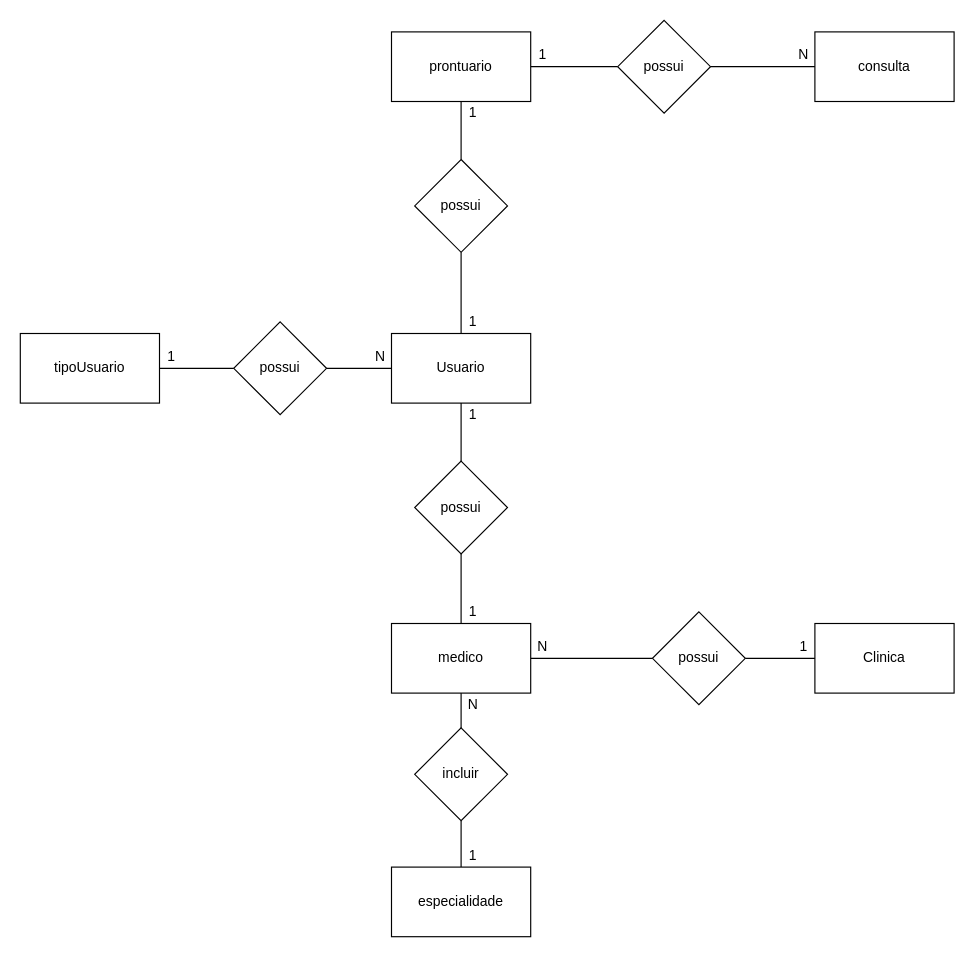
The draw.io diagram page "conceitual" (1 of 2) of sp med. group/modelagens/modelagem-sp-med-group.drawio in Pedro-B-Alves/senai_sprint1_bd, before the edit. Source tidied: cells renumbered, new cells numbered last; positions are measured from the earlier drawing's top-left corner, leaving out a move shared by most shapes. Both pictures are drawn from the tidied source at 116%, with x=0, y=0 at pixel (20, 20).
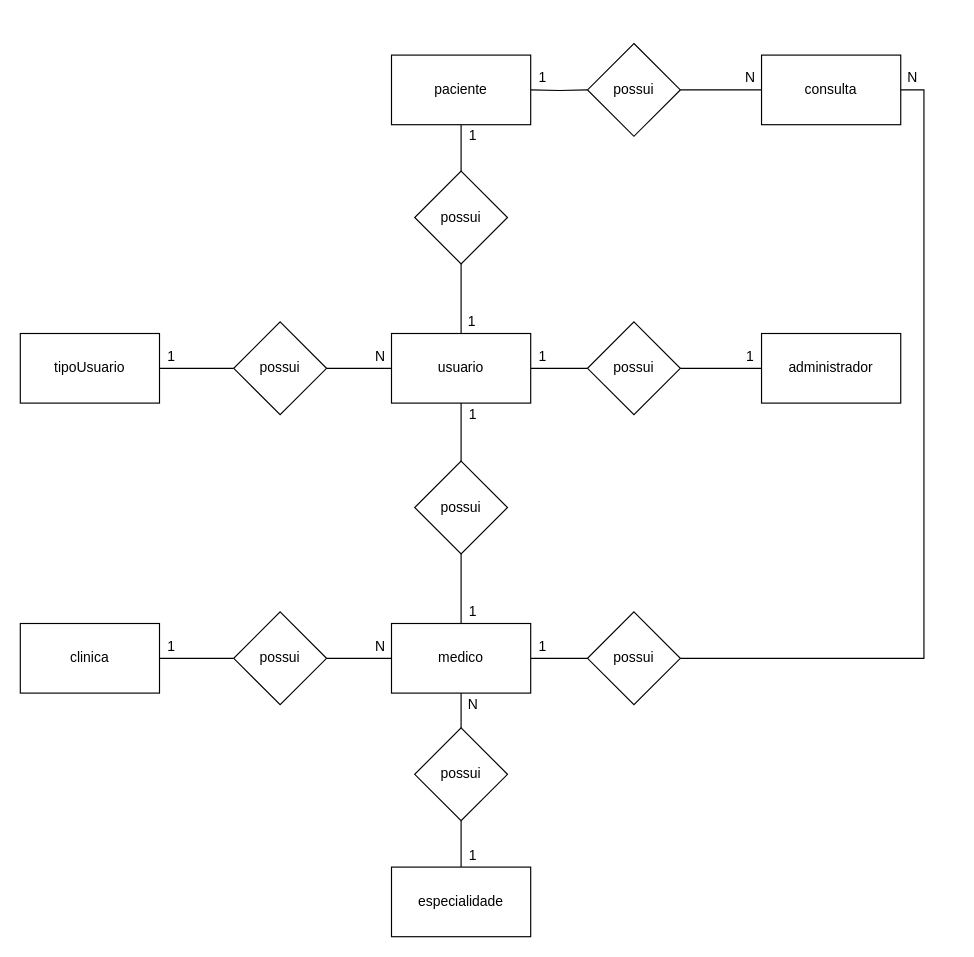
The same page after the edit.

The change refers to these unchanged cells:
```xml
<mxCell id="14" value="medico" style="rounded=0;whiteSpace=wrap;html=1;" parent="1" vertex="1">
  <mxGeometry x="320" y="520" width="120" height="60" as="geometry" />
</mxCell>
```

Diff of the diagram source:
```diff
@@
-    <mxCell id="2" style="edgeStyle=orthogonalEdgeStyle;rounded=0;jettySize=auto;html=1;exitX=1;exitY=0.5;exitDx=0;exitDy=0;entryX=0;entryY=0.5;entryDx=0;entryDy=0;endArrow=none;endFill=0;" parent="1" edge="1" source="3" target="36">
-      <mxGeometry relative="1" as="geometry" />
+    <mxCell id="2" style="edgeStyle=orthogonalEdgeStyle;rounded=0;jettySize=auto;html=1;exitX=1;exitY=0.5;exitDx=0;exitDy=0;entryX=0;entryY=0.5;entryDx=0;entryDy=0;endArrow=none;endFill=0;" parent="1" edge="1" target="36">
+      <mxGeometry relative="1" as="geometry">
+        <mxPoint x="440" y="60" as="sourcePoint" />
+      </mxGeometry>
     </mxCell>
-    <mxCell id="3" value="prontuario" style="rounded=0;whiteSpace=wrap;html=1;" parent="1" vertex="1">
-      <mxGeometry x="320" y="10" width="120" height="60" as="geometry" />
-    </mxCell>
@@
-    <mxCell id="6" style="edgeStyle=orthogonalEdgeStyle;rounded=0;jettySize=auto;html=1;exitX=0.5;exitY=0;exitDx=0;exitDy=0;entryX=0.5;entryY=1;entryDx=0;entryDy=0;endArrow=none;endFill=0;" parent="1" edge="1" source="7" target="16">
-      <mxGeometry relative="1" as="geometry" />
-    </mxCell>
+    <mxCell id="39" style="edgeStyle=orthogonalEdgeStyle;rounded=0;jettySize=auto;html=1;exitX=1;exitY=0.5;exitDx=0;exitDy=0;entryX=0;entryY=0.5;entryDx=0;entryDy=0;endArrow=none;endFill=0;" parent="1" edge="1" source="7" target="47">
+      <mxGeometry relative="1" as="geometry" />
+    </mxCell>
-    <mxCell id="7" value="Usuario" style="rounded=0;whiteSpace=wrap;html=1;" parent="1" vertex="1">
+    <mxCell id="7" value="usuario" style="rounded=0;whiteSpace=wrap;html=1;" parent="1" vertex="1">
       <mxGeometry x="320" y="270" width="120" height="60" as="geometry" />
     </mxCell>
     <mxCell id="8" value="consulta" style="rounded=0;whiteSpace=wrap;html=1;" parent="1" vertex="1">
-      <mxGeometry x="685" y="10" width="120" height="60" as="geometry" />
+      <mxGeometry x="639" y="30" width="120" height="60" as="geometry" />
     </mxCell>
+    <mxCell id="40" style="edgeStyle=orthogonalEdgeStyle;rounded=0;jettySize=auto;html=1;exitX=1;exitY=0.5;exitDx=0;exitDy=0;entryX=0;entryY=0.5;entryDx=0;entryDy=0;endArrow=none;endFill=0;" parent="1" edge="1" source="9" target="24">
+      <mxGeometry relative="1" as="geometry" />
+    </mxCell>
-    <mxCell id="9" value="Clinica" style="rounded=0;whiteSpace=wrap;html=1;" parent="1" vertex="1">
-      <mxGeometry x="685" y="520" width="120" height="60" as="geometry" />
+    <mxCell id="9" value="clinica" style="rounded=0;whiteSpace=wrap;html=1;" parent="1" vertex="1">
+      <mxGeometry y="520" width="120" height="60" as="geometry" />
     </mxCell>
@@
-    <mxCell id="13" style="edgeStyle=orthogonalEdgeStyle;rounded=0;jettySize=auto;html=1;exitX=1;exitY=0.5;exitDx=0;exitDy=0;entryX=0;entryY=0.5;entryDx=0;entryDy=0;endArrow=none;endFill=0;" parent="1" edge="1" source="14" target="24">
+    <mxCell id="13" style="edgeStyle=orthogonalEdgeStyle;rounded=0;jettySize=auto;html=1;exitX=0;exitY=0.5;exitDx=0;exitDy=0;entryX=1;entryY=0.5;entryDx=0;entryDy=0;endArrow=none;endFill=0;" parent="1" edge="1" source="14" target="24">
       <mxGeometry relative="1" as="geometry" />
     </mxCell>
+    <mxCell id="41" style="edgeStyle=orthogonalEdgeStyle;rounded=0;jettySize=auto;html=1;exitX=1;exitY=0.5;exitDx=0;exitDy=0;entryX=0;entryY=0.5;entryDx=0;entryDy=0;endArrow=none;endFill=0;" parent="1" edge="1" source="14" target="52">
+      <mxGeometry relative="1" as="geometry" />
+    </mxCell>
@@
-    <mxCell id="15" style="edgeStyle=orthogonalEdgeStyle;rounded=0;jettySize=auto;html=1;exitX=0.5;exitY=0;exitDx=0;exitDy=0;endArrow=none;endFill=0;" parent="1" edge="1" source="16" target="3">
-      <mxGeometry relative="1" as="geometry" />
-    </mxCell>
+    <mxCell id="42" style="edgeStyle=orthogonalEdgeStyle;rounded=0;jettySize=auto;html=1;exitX=0.5;exitY=1;exitDx=0;exitDy=0;endArrow=none;endFill=0;" parent="1" edge="1" source="16" target="7">
+      <mxGeometry relative="1" as="geometry" />
+    </mxCell>
+    <mxCell id="43" style="edgeStyle=orthogonalEdgeStyle;rounded=0;jettySize=auto;html=1;exitX=0.5;exitY=0;exitDx=0;exitDy=0;endArrow=none;endFill=0;" parent="1" edge="1" source="16" target="44">
+      <mxGeometry relative="1" as="geometry" />
+    </mxCell>
     <mxCell id="16" value="possui" style="rhombus;whiteSpace=wrap;html=1;" parent="1" vertex="1">
-      <mxGeometry x="340" y="120" width="80" height="80" as="geometry" />
+      <mxGeometry x="340" y="130" width="80" height="80" as="geometry" />
     </mxCell>
@@
-    <mxCell id="18" value="incluir" style="rhombus;whiteSpace=wrap;html=1;" parent="1" vertex="1">
+    <mxCell id="18" value="possui" style="rhombus;whiteSpace=wrap;html=1;" parent="1" vertex="1">
       <mxGeometry x="340" y="610" width="80" height="80" as="geometry" />
     </mxCell>
@@
-    <mxCell id="21" value="1" style="text;html=1;align=center;verticalAlign=middle;" parent="1" vertex="1">
-      <mxGeometry x="380" y="70" width="20" height="20" as="geometry" />
-    </mxCell>
     <mxCell id="22" value="1" style="text;html=1;align=center;verticalAlign=middle;" parent="1" vertex="1">
-      <mxGeometry x="380" y="250" width="20" height="20" as="geometry" />
+      <mxGeometry x="379" y="250" width="20" height="20" as="geometry" />
     </mxCell>
-    <mxCell id="23" style="edgeStyle=orthogonalEdgeStyle;rounded=0;jettySize=auto;html=1;exitX=1;exitY=0.5;exitDx=0;exitDy=0;entryX=0;entryY=0.5;entryDx=0;entryDy=0;endArrow=none;endFill=0;" parent="1" edge="1" source="24" target="9">
-      <mxGeometry relative="1" as="geometry" />
-    </mxCell>
     <mxCell id="24" value="possui" style="rhombus;whiteSpace=wrap;html=1;" parent="1" vertex="1">
-      <mxGeometry x="545" y="510" width="80" height="80" as="geometry" />
+      <mxGeometry x="184" y="510" width="80" height="80" as="geometry" />
     </mxCell>
@@
     <mxCell id="31" value="1" style="text;html=1;align=center;verticalAlign=middle;" parent="1" vertex="1">
-      <mxGeometry x="665" y="530" width="20" height="20" as="geometry" />
+      <mxGeometry x="120" y="530" width="20" height="20" as="geometry" />
     </mxCell>
     <mxCell id="32" value="N" style="text;html=1;align=center;verticalAlign=middle;" parent="1" vertex="1">
-      <mxGeometry x="440" y="530" width="20" height="20" as="geometry" />
+      <mxGeometry x="300" y="530" width="20" height="20" as="geometry" />
     </mxCell>
     <mxCell id="33" value="N" style="text;html=1;align=center;verticalAlign=middle;" parent="1" vertex="1">
-      <mxGeometry x="665" y="20" width="20" height="20" as="geometry" />
+      <mxGeometry x="619" y="40" width="20" height="20" as="geometry" />
     </mxCell>
@@
     <mxCell id="36" value="possui" style="rhombus;whiteSpace=wrap;html=1;" parent="1" vertex="1">
-      <mxGeometry x="515" width="80" height="80" as="geometry" />
+      <mxGeometry x="489" y="20" width="80" height="80" as="geometry" />
     </mxCell>
@@
     <mxCell id="38" value="1" style="text;html=1;align=center;verticalAlign=middle;" parent="1" vertex="1">
-      <mxGeometry x="440" y="20" width="20" height="20" as="geometry" />
+      <mxGeometry x="440" y="40" width="20" height="20" as="geometry" />
     </mxCell>
+    <mxCell id="44" value="paciente" style="rounded=0;whiteSpace=wrap;html=1;" parent="1" vertex="1">
+      <mxGeometry x="320" y="30" width="120" height="60" as="geometry" />
+    </mxCell>
+    <mxCell id="45" value="1" style="text;html=1;align=center;verticalAlign=middle;" parent="1" vertex="1">
+      <mxGeometry x="380" y="90" width="20" height="20" as="geometry" />
+    </mxCell>
+    <mxCell id="46" style="edgeStyle=orthogonalEdgeStyle;rounded=0;jettySize=auto;html=1;exitX=1;exitY=0.5;exitDx=0;exitDy=0;entryX=0;entryY=0.5;entryDx=0;entryDy=0;endArrow=none;endFill=0;" parent="1" edge="1" source="47" target="48">
+      <mxGeometry relative="1" as="geometry" />
+    </mxCell>
+    <mxCell id="47" value="possui" style="rhombus;whiteSpace=wrap;html=1;" parent="1" vertex="1">
+      <mxGeometry x="489" y="260" width="80" height="80" as="geometry" />
+    </mxCell>
+    <mxCell id="48" value="administrador" style="rounded=0;whiteSpace=wrap;html=1;" parent="1" vertex="1">
+      <mxGeometry x="639" y="270" width="120" height="60" as="geometry" />
+    </mxCell>
+    <mxCell id="49" value="1" style="text;html=1;align=center;verticalAlign=middle;" parent="1" vertex="1">
+      <mxGeometry x="440" y="280" width="20" height="20" as="geometry" />
+    </mxCell>
+    <mxCell id="50" value="1" style="text;html=1;align=center;verticalAlign=middle;" parent="1" vertex="1">
+      <mxGeometry x="619" y="280" width="20" height="20" as="geometry" />
+    </mxCell>
+    <mxCell id="51" style="edgeStyle=orthogonalEdgeStyle;rounded=0;jettySize=auto;html=1;exitX=1;exitY=0.5;exitDx=0;exitDy=0;entryX=1;entryY=0.5;entryDx=0;entryDy=0;endArrow=none;endFill=0;" parent="1" edge="1" source="52" target="8">
+      <mxGeometry relative="1" as="geometry" />
+    </mxCell>
+    <mxCell id="52" value="possui" style="rhombus;whiteSpace=wrap;html=1;" parent="1" vertex="1">
+      <mxGeometry x="489" y="510" width="80" height="80" as="geometry" />
+    </mxCell>
+    <mxCell id="53" value="1" style="text;html=1;align=center;verticalAlign=middle;" parent="1" vertex="1">
+      <mxGeometry x="440" y="530" width="20" height="20" as="geometry" />
+    </mxCell>
+    <mxCell id="54" value="N" style="text;html=1;align=center;verticalAlign=middle;" parent="1" vertex="1">
+      <mxGeometry x="759" y="40" width="20" height="20" as="geometry" />
+    </mxCell>
```
